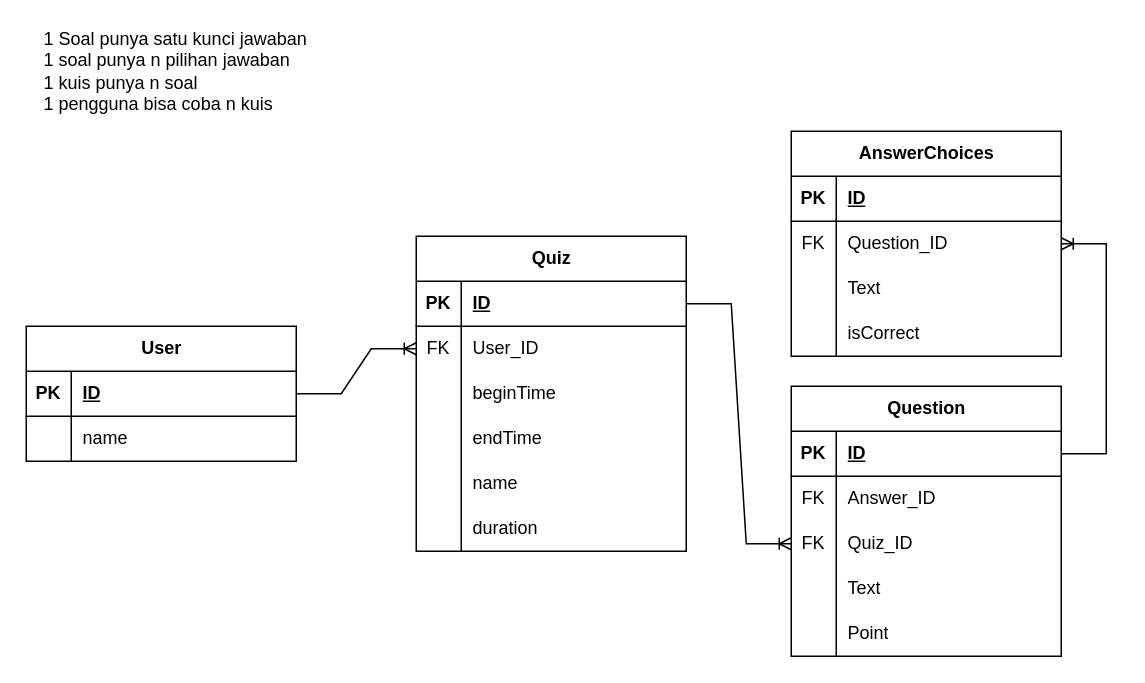
Yuquiz/Yuquiz-BE keeps this draw.io diagram as misc/quizSchema.drawio. Above is the earlier version. Source tidied: cells renumbered, new cells numbered last; positions are measured from the earlier drawing's top-left corner, leaving out a move shared by most shapes. Both pictures are drawn from the tidied source at 150%, with x=0, y=0 at pixel (26, 26).
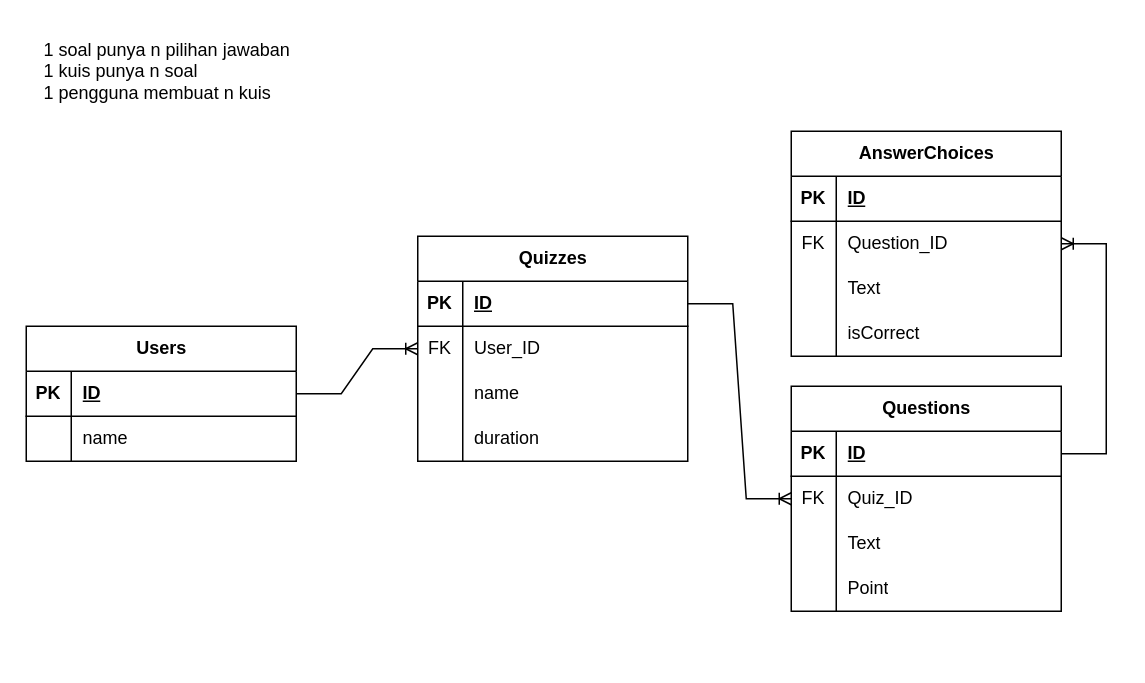
Above is the later version.

Change to the diagram source:
```diff
@@
-    <mxCell id="2" value="Question" style="shape=table;startSize=30;childLayout=tableLayout;rowLines=0;fontStyle=1;align=center;html=1;" parent="1" vertex="1">
-      <mxGeometry x="510" y="240" width="180" height="180" as="geometry" />
+    <mxCell id="2" value="Questions" style="shape=table;startSize=30;childLayout=tableLayout;rowLines=0;fontStyle=1;align=center;html=1;" parent="1" vertex="1">
+      <mxGeometry x="510" y="240" width="180" height="150" as="geometry" />
     </mxCell>
@@
-    <mxCell id="6" style="shape=tableRow;horizontal=0;startSize=0;swimlaneHead=0;swimlaneBody=0;fillColor=none;top=0;left=0;right=0;bottom=0;" parent="2" vertex="1">
-      <mxGeometry y="60" width="180" height="30" as="geometry" />
-    </mxCell>
-    <mxCell id="7" value="FK" style="shape=partialRectangle;fillColor=none;top=0;left=0;bottom=0;right=0;overflow=hidden;whiteSpace=wrap;html=1;" parent="6" vertex="1">
-      <mxGeometry width="30" height="30" as="geometry" />
-    </mxCell>
-    <mxCell id="8" value="Answer_ID" style="shape=partialRectangle;fillColor=none;top=0;left=0;bottom=0;right=0;align=left;spacingLeft=6;overflow=hidden;whiteSpace=wrap;html=1;" parent="6" vertex="1">
-      <mxGeometry x="30" width="150" height="30" as="geometry" />
-    </mxCell>
     <mxCell id="9" style="shape=tableRow;horizontal=0;startSize=0;swimlaneHead=0;swimlaneBody=0;fillColor=none;points=[[0,0.5],[1,0.5]];portConstraint=eastwest;top=0;left=0;right=0;bottom=0;" parent="2" vertex="1">
-      <mxGeometry y="90" width="180" height="30" as="geometry" />
+      <mxGeometry y="60" width="180" height="30" as="geometry" />
     </mxCell>
@@
     <mxCell id="12" style="shape=tableRow;horizontal=0;startSize=0;swimlaneHead=0;swimlaneBody=0;fillColor=none;top=0;left=0;right=0;bottom=0;" parent="2" vertex="1">
-      <mxGeometry y="120" width="180" height="30" as="geometry" />
+      <mxGeometry y="90" width="180" height="30" as="geometry" />
     </mxCell>
@@
     <mxCell id="15" style="shape=tableRow;horizontal=0;startSize=0;swimlaneHead=0;swimlaneBody=0;fillColor=none;top=0;left=0;right=0;bottom=0;" parent="2" vertex="1">
-      <mxGeometry y="150" width="180" height="30" as="geometry" />
+      <mxGeometry y="120" width="180" height="30" as="geometry" />
     </mxCell>
@@
-    <mxCell id="31" value="1 Soal punya satu kunci jawaban&lt;br&gt;1 soal punya n pilihan jawaban&lt;br&gt;1 kuis punya n soal&lt;br&gt;1 pengguna bisa coba n kuis" style="text;html=1;strokeColor=none;fillColor=none;align=left;verticalAlign=middle;whiteSpace=wrap;rounded=0;" parent="1" vertex="1">
+    <mxCell id="31" value="1 soal punya n pilihan jawaban&lt;br&gt;1 kuis punya n soal&lt;br&gt;1 pengguna membuat n kuis" style="text;html=1;strokeColor=none;fillColor=none;align=left;verticalAlign=middle;whiteSpace=wrap;rounded=0;" parent="1" vertex="1">
       <mxGeometry x="10" width="200" height="60" as="geometry" />
     </mxCell>
-    <mxCell id="32" value="Quiz" style="shape=table;startSize=30;childLayout=tableLayout;rowLines=0;fontStyle=1;align=center;html=1;" parent="1" vertex="1">
-      <mxGeometry x="260" y="140" width="180" height="210" as="geometry" />
+    <mxCell id="32" value="Quizzes" style="shape=table;startSize=30;childLayout=tableLayout;rowLines=0;fontStyle=1;align=center;html=1;" parent="1" vertex="1">
+      <mxGeometry x="261" y="140" width="180" height="150" as="geometry" />
     </mxCell>
@@
-    <mxCell id="39" style="shape=tableRow;horizontal=0;startSize=0;swimlaneHead=0;swimlaneBody=0;fillColor=none;top=0;left=0;right=0;bottom=0;" parent="32" vertex="1">
-      <mxGeometry y="90" width="180" height="30" as="geometry" />
-    </mxCell>
-    <mxCell id="40" style="shape=partialRectangle;fillColor=none;top=0;left=0;bottom=0;right=0;overflow=hidden;whiteSpace=wrap;html=1;" parent="39" vertex="1">
-      <mxGeometry width="30" height="30" as="geometry" />
-    </mxCell>
-    <mxCell id="41" value="beginTime" style="shape=partialRectangle;fillColor=none;top=0;left=0;bottom=0;right=0;align=left;spacingLeft=6;overflow=hidden;whiteSpace=wrap;html=1;" parent="39" vertex="1">
-      <mxGeometry x="30" width="150" height="30" as="geometry" />
-    </mxCell>
-    <mxCell id="42" style="shape=tableRow;horizontal=0;startSize=0;swimlaneHead=0;swimlaneBody=0;fillColor=none;top=0;left=0;right=0;bottom=0;" parent="32" vertex="1">
-      <mxGeometry y="120" width="180" height="30" as="geometry" />
-    </mxCell>
-    <mxCell id="43" style="shape=partialRectangle;fillColor=none;top=0;left=0;bottom=0;right=0;overflow=hidden;whiteSpace=wrap;html=1;" parent="42" vertex="1">
-      <mxGeometry width="30" height="30" as="geometry" />
-    </mxCell>
-    <mxCell id="44" value="endTime" style="shape=partialRectangle;fillColor=none;top=0;left=0;bottom=0;right=0;align=left;spacingLeft=6;overflow=hidden;whiteSpace=wrap;html=1;" parent="42" vertex="1">
-      <mxGeometry x="30" width="150" height="30" as="geometry" />
-    </mxCell>
     <mxCell id="45" style="shape=tableRow;horizontal=0;startSize=0;swimlaneHead=0;swimlaneBody=0;fillColor=none;top=0;left=0;right=0;bottom=0;" parent="32" vertex="1">
-      <mxGeometry y="150" width="180" height="30" as="geometry" />
+      <mxGeometry y="90" width="180" height="30" as="geometry" />
     </mxCell>
@@
     <mxCell id="48" style="shape=tableRow;horizontal=0;startSize=0;swimlaneHead=0;swimlaneBody=0;fillColor=none;top=0;left=0;right=0;bottom=0;" parent="32" vertex="1">
-      <mxGeometry y="180" width="180" height="30" as="geometry" />
+      <mxGeometry y="120" width="180" height="30" as="geometry" />
     </mxCell>
@@
-    <mxCell id="51" value="User" style="shape=table;startSize=30;childLayout=tableLayout;rowLines=0;fontStyle=1;align=center;html=1;" parent="1" vertex="1">
+    <mxCell id="51" value="Users" style="shape=table;startSize=30;childLayout=tableLayout;rowLines=0;fontStyle=1;align=center;html=1;" parent="1" vertex="1">
       <mxGeometry y="200" width="180" height="90" as="geometry" />
     </mxCell>
```
